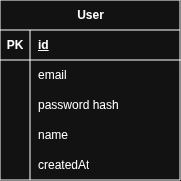
This is assets/User.drawio.png from grMLEqomlkkU5Eeinz4brIrOVCUCkJuN/simple-microservice-project, a draw.io export, as it was before one commit. Source tidied: cells renumbered, new cells last; positions are measured from the earlier drawing's top-left corner, leaving out a move shared by most shapes.
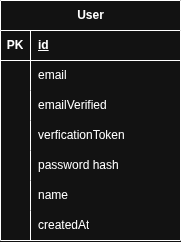
After the change.

Commit message:
docs(user-backend): updated ERD diagram and show email eimage

Change to the diagram source:
```diff
@@ -3,7 +3,7 @@
     <mxCell id="0" />
     <mxCell id="1" parent="0" />
     <mxCell id="2" value="User" style="shape=table;startSize=30;rowLines=0;fontStyle=1;align=center;html=1;" parent="1" vertex="1">
-      <mxGeometry width="180" height="180" as="geometry" />
+      <mxGeometry width="180" height="240" as="geometry" />
     </mxCell>
     <mxCell id="3" style="shape=tableRow;horizontal=0;startSize=0;swimlaneHead=0;swimlaneBody=0;fillColor=none;top=0;left=0;right=0;bottom=1;" parent="2" vertex="1">
       <mxGeometry y="30" width="180" height="30" as="geometry" />
@@ -23,8 +23,26 @@
     <mxCell id="8" value="email" style="shape=partialRectangle;fillColor=none;top=0;left=0;bottom=0;right=0;align=left;spacingLeft=6;overflow=hidden;whiteSpace=wrap;html=1;" parent="6" vertex="1">
       <mxGeometry x="30" width="150" height="30" as="geometry" />
     </mxCell>
+    <mxCell id="18" style="shape=tableRow;horizontal=0;startSize=0;swimlaneHead=0;swimlaneBody=0;fillColor=none;top=0;left=0;right=0;bottom=0;" parent="2" vertex="1">
+      <mxGeometry y="90" width="180" height="30" as="geometry" />
+    </mxCell>
+    <mxCell id="19" style="shape=partialRectangle;fillColor=none;top=0;left=0;bottom=0;right=0;overflow=hidden;whiteSpace=wrap;html=1;" parent="18" vertex="1">
+      <mxGeometry width="30" height="30" as="geometry" />
+    </mxCell>
+    <mxCell id="20" value="emailVerified" style="shape=partialRectangle;fillColor=none;top=0;left=0;bottom=0;right=0;align=left;spacingLeft=6;overflow=hidden;whiteSpace=wrap;html=1;" parent="18" vertex="1">
+      <mxGeometry x="30" width="150" height="30" as="geometry" />
+    </mxCell>
+    <mxCell id="21" style="shape=tableRow;horizontal=0;startSize=0;swimlaneHead=0;swimlaneBody=0;fillColor=none;top=0;left=0;right=0;bottom=0;" parent="2" vertex="1">
+      <mxGeometry y="120" width="180" height="30" as="geometry" />
+    </mxCell>
+    <mxCell id="22" style="shape=partialRectangle;fillColor=none;top=0;left=0;bottom=0;right=0;overflow=hidden;whiteSpace=wrap;html=1;" parent="21" vertex="1">
+      <mxGeometry width="30" height="30" as="geometry" />
+    </mxCell>
+    <mxCell id="23" value="verficationToken" style="shape=partialRectangle;fillColor=none;top=0;left=0;bottom=0;right=0;align=left;spacingLeft=6;overflow=hidden;whiteSpace=wrap;html=1;" parent="21" vertex="1">
+      <mxGeometry x="30" width="150" height="30" as="geometry" />
+    </mxCell>
     <mxCell id="9" style="shape=tableRow;horizontal=0;startSize=0;swimlaneHead=0;swimlaneBody=0;fillColor=none;top=0;left=0;right=0;bottom=0;" parent="2" vertex="1">
-      <mxGeometry y="90" width="180" height="30" as="geometry" />
+      <mxGeometry y="150" width="180" height="30" as="geometry" />
     </mxCell>
     <mxCell id="10" style="shape=partialRectangle;fillColor=none;top=0;left=0;bottom=0;right=0;overflow=hidden;whiteSpace=wrap;html=1;" parent="9" vertex="1">
       <mxGeometry width="30" height="30" as="geometry" />
@@ -33,7 +51,7 @@
       <mxGeometry x="30" width="150" height="30" as="geometry" />
     </mxCell>
     <mxCell id="12" style="shape=tableRow;horizontal=0;startSize=0;swimlaneHead=0;swimlaneBody=0;fillColor=none;top=0;left=0;right=0;bottom=0;" parent="2" vertex="1">
-      <mxGeometry y="120" width="180" height="30" as="geometry" />
+      <mxGeometry y="180" width="180" height="30" as="geometry" />
     </mxCell>
     <mxCell id="13" style="shape=partialRectangle;fillColor=none;top=0;left=0;bottom=0;right=0;overflow=hidden;whiteSpace=wrap;html=1;" parent="12" vertex="1">
       <mxGeometry width="30" height="30" as="geometry" />
@@ -42,7 +60,7 @@
       <mxGeometry x="30" width="150" height="30" as="geometry" />
     </mxCell>
     <mxCell id="15" style="shape=tableRow;horizontal=0;startSize=0;swimlaneHead=0;swimlaneBody=0;fillColor=none;top=0;left=0;right=0;bottom=0;" parent="2" vertex="1">
-      <mxGeometry y="150" width="180" height="30" as="geometry" />
+      <mxGeometry y="210" width="180" height="30" as="geometry" />
     </mxCell>
     <mxCell id="16" style="shape=partialRectangle;fillColor=none;top=0;left=0;bottom=0;right=0;overflow=hidden;whiteSpace=wrap;html=1;" parent="15" vertex="1">
       <mxGeometry width="30" height="30" as="geometry" />
```
